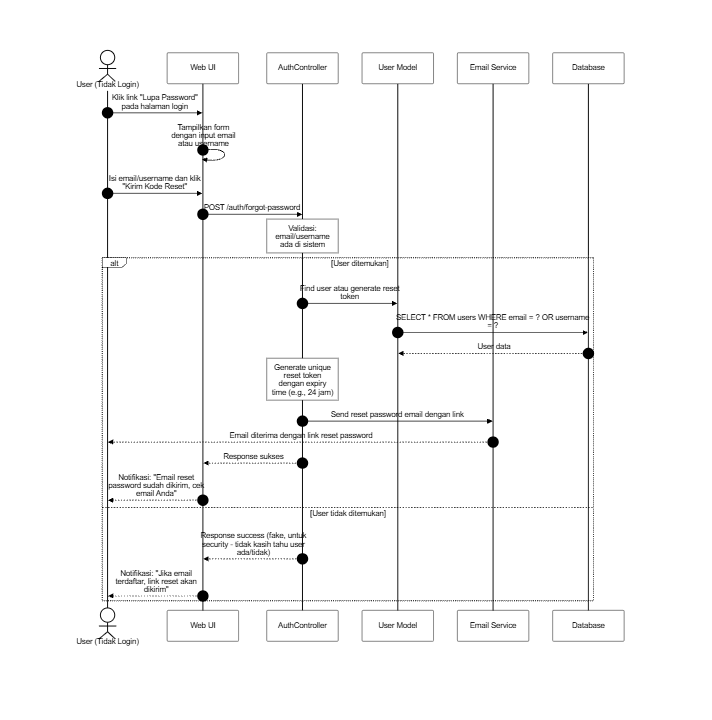
Above: docs/SequenceDiagram/PNG_Transparent/Autentikasi-LupaPassword.png in SulaimanHafi23/SimpegRSHDI (Mermaid), before the change. Its source is kept beside it as docs/SequenceDiagram/Autentikasi-LupaPassword.mermaid. Source of this version:
```mermaid
---
id: Autentikasi-LupaPassword
title: Autentikasi - Lupa Password
---
%%{init: {"theme": "base", "themeVariables": {"background": "#dddddd", "primaryColor": "#ffffff", "primaryBorderColor": "#000000", "primaryTextColor": "#000000", "lineColor": "#000000", "textColor": "#000000", "actorBkg": "#ffffff", "actorBorder": "#000000", "actorTextColor": "#000000", "activationBkgColor": "#ffffff", "activationBorderColor": "#000000", "signalColor": "#000000", "signalTextColor": "#000000", "labelBoxBkgColor": "#ffffff", "labelBoxBorderColor": "#000000", "labelTextColor": "#000000", "sequenceNumberColor": "#000000", "noteBkgColor": "#ffffff", "noteBorderColor": "#000000", "noteTextColor": "#000000"}, "sequence": {"useMaxWidth": true, "wrap": true, "messageFontSize": 12, "noteFontSize": 12}}}%%
sequenceDiagram
    autonumber
    actor U as User (Tidak Login)
    participant UI as Web UI
    participant C as AuthController
    participant U_Model as User Model
    participant Email as Email Service
    participant DB as Database

    U->>UI: Klik link "Lupa Password" pada halaman login
    UI->>UI: Tampilkan form dengan input email atau username
    U->>UI: Isi email/username dan klik "Kirim Kode Reset"
    UI->>C: POST /auth/forgot-password
    note over C: Validasi: email/username ada di sistem
    alt User ditemukan
        C->>U_Model: Find user atau generate reset token
        U_Model->>DB: SELECT * FROM users WHERE email = ? OR username = ?
        DB-->>U_Model: User data
        note over C: Generate unique reset token dengan expiry time (e.g., 24 jam)
        C->>Email: Send reset password email dengan link
        Email-->>U: Email diterima dengan link reset password
        C-->>UI: Response sukses
        UI-->>U: Notifikasi: "Email reset password sudah dikirim, cek email Anda"
    else User tidak ditemukan
        C-->>UI: Response success (fake, untuk security - tidak kasih tahu user ada/tidak)
        UI-->>U: Notifikasi: "Jika email terdaftar, link reset akan dikirim"
    end
```
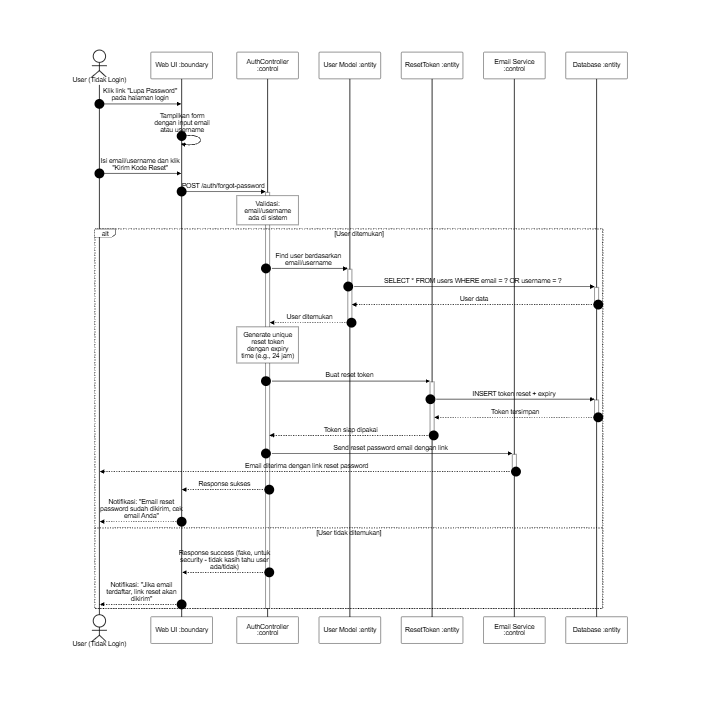
The same file after the commit.

The edit, as a diff of the source:
```diff
@@ -6,27 +6,34 @@
 sequenceDiagram
     autonumber
     actor U as User (Tidak Login)
-    participant UI as Web UI
-    participant C as AuthController
-    participant U_Model as User Model
-    participant Email as Email Service
-    participant DB as Database
+    participant UI as Web UI :boundary
+    participant C as AuthController :control
+    participant U_Model as User Model :entity
+    participant RT as ResetToken :entity
+    participant Email as Email Service :control
+    participant DB as Database :entity
 
     U->>UI: Klik link "Lupa Password" pada halaman login
     UI->>UI: Tampilkan form dengan input email atau username
     U->>UI: Isi email/username dan klik "Kirim Kode Reset"
-    UI->>C: POST /auth/forgot-password
+    UI->>+C: POST /auth/forgot-password
     note over C: Validasi: email/username ada di sistem
     alt User ditemukan
-        C->>U_Model: Find user atau generate reset token
-        U_Model->>DB: SELECT * FROM users WHERE email = ? OR username = ?
-        DB-->>U_Model: User data
+        C->>+U_Model: Find user berdasarkan email/username
+        U_Model->>+DB: SELECT * FROM users WHERE email = ? OR username = ?
+        DB-->>-U_Model: User data
+        U_Model-->>-C: User ditemukan
         note over C: Generate unique reset token dengan expiry time (e.g., 24 jam)
-        C->>Email: Send reset password email dengan link
-        Email-->>U: Email diterima dengan link reset password
+        C->>+RT: Buat reset token
+        RT->>+DB: INSERT token reset + expiry
+        DB-->>-RT: Token tersimpan
+        RT-->>-C: Token siap dipakai
+        C->>+Email: Send reset password email dengan link
+        Email-->>-U: Email diterima dengan link reset password
         C-->>UI: Response sukses
         UI-->>U: Notifikasi: "Email reset password sudah dikirim, cek email Anda"
     else User tidak ditemukan
         C-->>UI: Response success (fake, untuk security - tidak kasih tahu user ada/tidak)
         UI-->>U: Notifikasi: "Jika email terdaftar, link reset akan dikirim"
     end
+    deactivate C
```
